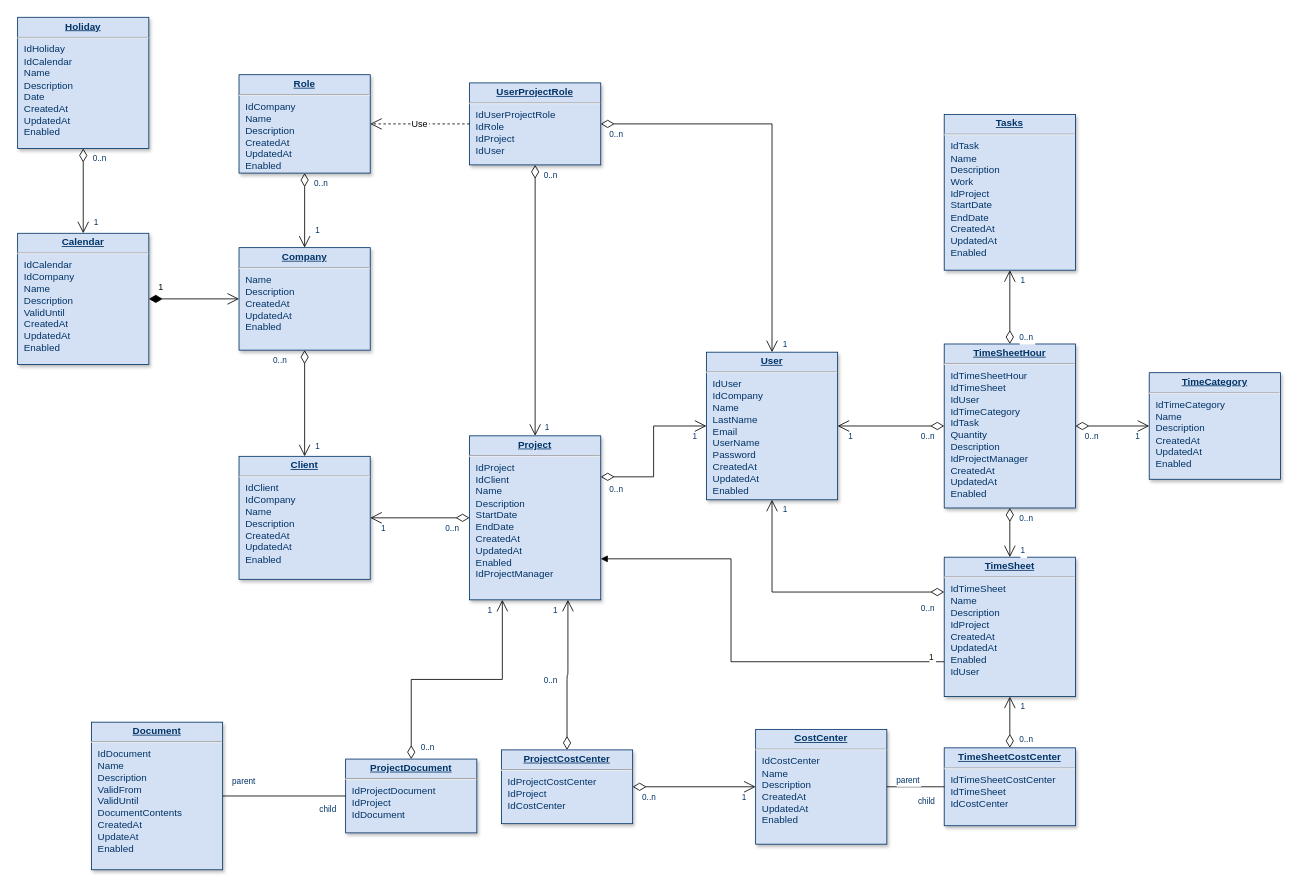
liushubao0109/drawio keeps this draw.io diagram as Untitled Diagram.drawio. Above is the earlier version. Source tidied: cells renumbered, new cells numbered last; positions are measured from the earlier drawing's top-left corner, leaving out a move shared by most shapes. Both pictures are drawn from the tidied source at 82%, with x=0, y=0 at pixel (17, 17).
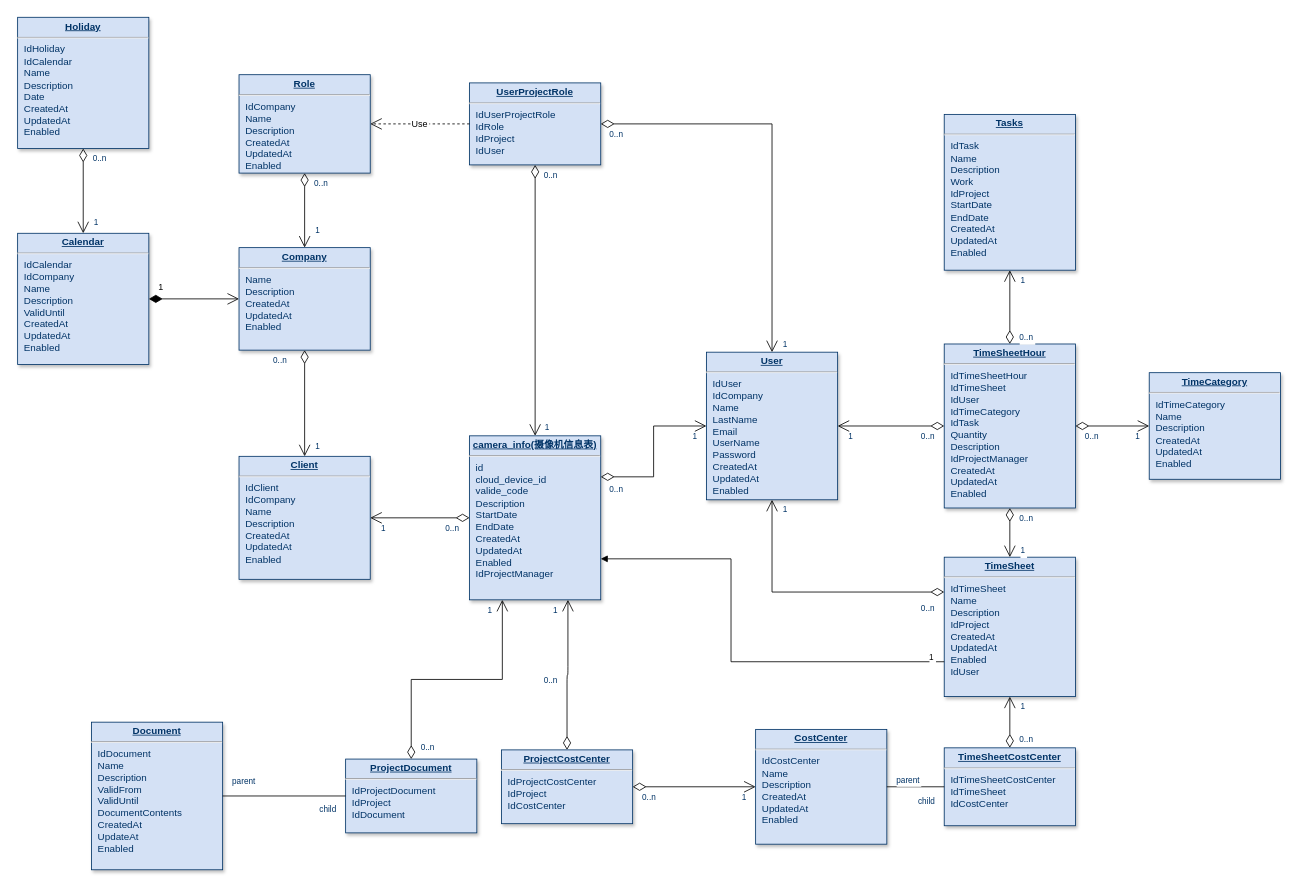
The same page after the edit.

Diff of the diagram source:
```diff
@@
-    <mxCell id="12" value="&lt;p style=&quot;margin: 0px; margin-top: 4px; text-align: center; text-decoration: underline;&quot;&gt;&lt;strong&gt;Project&lt;/strong&gt;&lt;/p&gt;&lt;hr /&gt;&lt;p style=&quot;margin: 0px; margin-left: 8px;&quot;&gt;IdProject&lt;/p&gt;&lt;p style=&quot;margin: 0px; margin-left: 8px;&quot;&gt;IdClient&lt;/p&gt;&lt;p style=&quot;margin: 0px; margin-left: 8px;&quot;&gt;Name&lt;/p&gt;&lt;p style=&quot;margin: 0px; margin-left: 8px;&quot;&gt;Description&lt;/p&gt;&lt;p style=&quot;margin: 0px; margin-left: 8px;&quot;&gt;StartDate&lt;/p&gt;&lt;p style=&quot;margin: 0px; margin-left: 8px;&quot;&gt;EndDate&lt;/p&gt;&lt;p style=&quot;margin: 0px; margin-left: 8px;&quot;&gt;CreatedAt&lt;/p&gt;&lt;p style=&quot;margin: 0px; margin-left: 8px;&quot;&gt;UpdatedAt&lt;/p&gt;&lt;p style=&quot;margin: 0px; margin-left: 8px;&quot;&gt;Enabled&lt;br /&gt;IdProjectManager&lt;/p&gt;" style="verticalAlign=top;align=left;overflow=fill;fontSize=12;fontFamily=Helvetica;html=1;strokeColor=#003366;shadow=1;fillColor=#D4E1F5;fontColor=#003366;" parent="1" vertex="1">
+    <mxCell id="12" value="&lt;p style=&quot;margin: 0px; margin-top: 4px; text-align: center; text-decoration: underline;&quot;&gt;&lt;b&gt;camera_info(摄像机信息表)&lt;/b&gt;&lt;/p&gt;&lt;hr&gt;&lt;p style=&quot;margin: 0px; margin-left: 8px;&quot;&gt;id&lt;/p&gt;&lt;p style=&quot;margin: 0px; margin-left: 8px;&quot;&gt;cloud_device_id&lt;/p&gt;&lt;p style=&quot;margin: 0px; margin-left: 8px;&quot;&gt;valide_code&lt;/p&gt;&lt;p style=&quot;margin: 0px; margin-left: 8px;&quot;&gt;Description&lt;/p&gt;&lt;p style=&quot;margin: 0px; margin-left: 8px;&quot;&gt;StartDate&lt;/p&gt;&lt;p style=&quot;margin: 0px; margin-left: 8px;&quot;&gt;EndDate&lt;/p&gt;&lt;p style=&quot;margin: 0px; margin-left: 8px;&quot;&gt;CreatedAt&lt;/p&gt;&lt;p style=&quot;margin: 0px; margin-left: 8px;&quot;&gt;UpdatedAt&lt;/p&gt;&lt;p style=&quot;margin: 0px; margin-left: 8px;&quot;&gt;Enabled&lt;br&gt;IdProjectManager&lt;/p&gt;" style="verticalAlign=top;align=left;overflow=fill;fontSize=12;fontFamily=Helvetica;html=1;strokeColor=#003366;shadow=1;fillColor=#D4E1F5;fontColor=#003366;" parent="1" vertex="1">
       <mxGeometry x="551.1" y="510" width="160" height="200" as="geometry" />
     </mxCell>
```
